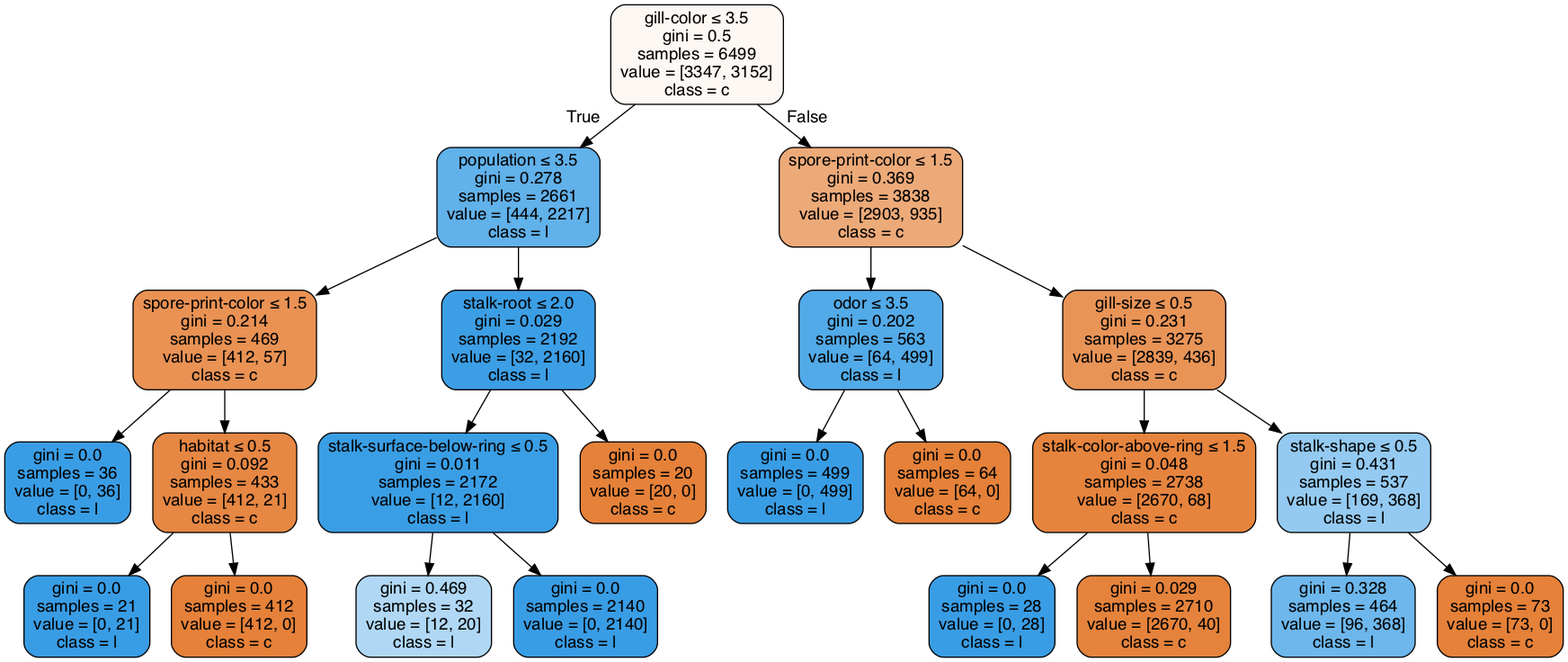
Before: Lab02/clf-max-depth-4.gv.png, a diagram exported from Graphviz (anhle199/Intro2AI-HCMUS). Its source is kept beside it as Lab02/clf-max-depth-4.gv.
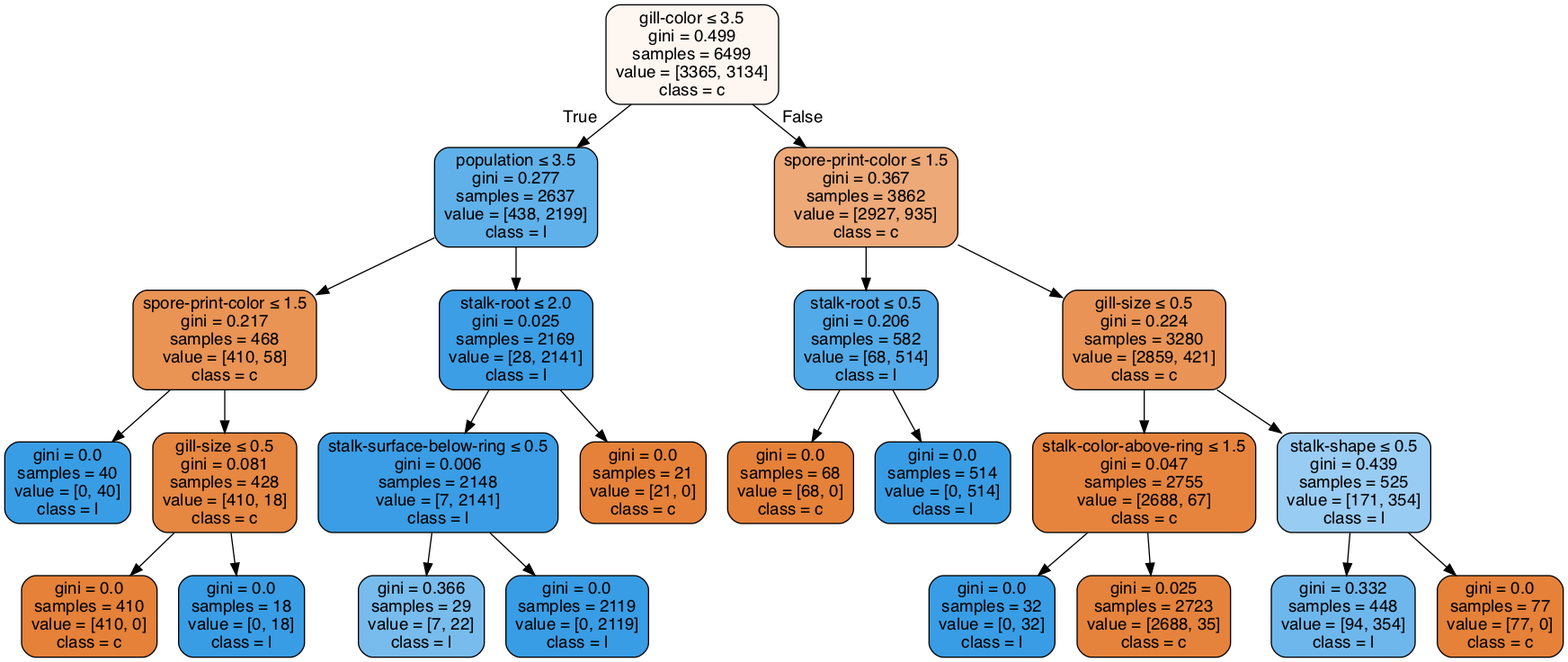
After the change.

Change to the diagram source:
```diff
@@ -1,49 +1,49 @@
 digraph Tree {
 node [shape=box, style="filled, rounded", color="black", fontname=helvetica] ;
 edge [fontname=helvetica] ;
-0 [label=<gill-color &le; 3.5<br/>gini = 0.5<br/>samples = 6499<br/>value = [3347, 3152]<br/>class = c>, fillcolor="#fdf8f3"] ;
-1 [label=<population &le; 3.5<br/>gini = 0.278<br/>samples = 2661<br/>value = [444, 2217]<br/>class = l>, fillcolor="#61b1ea"] ;
+0 [label=<gill-color &le; 3.5<br/>gini = 0.499<br/>samples = 6499<br/>value = [3365, 3134]<br/>class = c>, fillcolor="#fdf6f1"] ;
+1 [label=<population &le; 3.5<br/>gini = 0.277<br/>samples = 2637<br/>value = [438, 2199]<br/>class = l>, fillcolor="#60b1ea"] ;
 0 -> 1 [labeldistance=2.5, labelangle=45, headlabel="True"] ;
-2 [label=<spore-print-color &le; 1.5<br/>gini = 0.214<br/>samples = 469<br/>value = [412, 57]<br/>class = c>, fillcolor="#e99254"] ;
+2 [label=<spore-print-color &le; 1.5<br/>gini = 0.217<br/>samples = 468<br/>value = [410, 58]<br/>class = c>, fillcolor="#e99355"] ;
 1 -> 2 ;
-3 [label=<gini = 0.0<br/>samples = 36<br/>value = [0, 36]<br/>class = l>, fillcolor="#399de5"] ;
+3 [label=<gini = 0.0<br/>samples = 40<br/>value = [0, 40]<br/>class = l>, fillcolor="#399de5"] ;
 2 -> 3 ;
-4 [label=<habitat &le; 0.5<br/>gini = 0.092<br/>samples = 433<br/>value = [412, 21]<br/>class = c>, fillcolor="#e68743"] ;
+4 [label=<gill-size &le; 0.5<br/>gini = 0.081<br/>samples = 428<br/>value = [410, 18]<br/>class = c>, fillcolor="#e68742"] ;
 2 -> 4 ;
-5 [label=<gini = 0.0<br/>samples = 21<br/>value = [0, 21]<br/>class = l>, fillcolor="#399de5"] ;
+5 [label=<gini = 0.0<br/>samples = 410<br/>value = [410, 0]<br/>class = c>, fillcolor="#e58139"] ;
 4 -> 5 ;
-6 [label=<gini = 0.0<br/>samples = 412<br/>value = [412, 0]<br/>class = c>, fillcolor="#e58139"] ;
+6 [label=<gini = 0.0<br/>samples = 18<br/>value = [0, 18]<br/>class = l>, fillcolor="#399de5"] ;
 4 -> 6 ;
-7 [label=<stalk-root &le; 2.0<br/>gini = 0.029<br/>samples = 2192<br/>value = [32, 2160]<br/>class = l>, fillcolor="#3c9ee5"] ;
+7 [label=<stalk-root &le; 2.0<br/>gini = 0.025<br/>samples = 2169<br/>value = [28, 2141]<br/>class = l>, fillcolor="#3c9ee5"] ;
 1 -> 7 ;
-8 [label=<stalk-surface-below-ring &le; 0.5<br/>gini = 0.011<br/>samples = 2172<br/>value = [12, 2160]<br/>class = l>, fillcolor="#3a9ee5"] ;
+8 [label=<stalk-surface-below-ring &le; 0.5<br/>gini = 0.006<br/>samples = 2148<br/>value = [7, 2141]<br/>class = l>, fillcolor="#3a9de5"] ;
 7 -> 8 ;
-9 [label=<gini = 0.469<br/>samples = 32<br/>value = [12, 20]<br/>class = l>, fillcolor="#b0d8f5"] ;
+9 [label=<gini = 0.366<br/>samples = 29<br/>value = [7, 22]<br/>class = l>, fillcolor="#78bced"] ;
 8 -> 9 ;
-10 [label=<gini = 0.0<br/>samples = 2140<br/>value = [0, 2140]<br/>class = l>, fillcolor="#399de5"] ;
+10 [label=<gini = 0.0<br/>samples = 2119<br/>value = [0, 2119]<br/>class = l>, fillcolor="#399de5"] ;
 8 -> 10 ;
-11 [label=<gini = 0.0<br/>samples = 20<br/>value = [20, 0]<br/>class = c>, fillcolor="#e58139"] ;
+11 [label=<gini = 0.0<br/>samples = 21<br/>value = [21, 0]<br/>class = c>, fillcolor="#e58139"] ;
 7 -> 11 ;
-12 [label=<spore-print-color &le; 1.5<br/>gini = 0.369<br/>samples = 3838<br/>value = [2903, 935]<br/>class = c>, fillcolor="#edaa79"] ;
+12 [label=<spore-print-color &le; 1.5<br/>gini = 0.367<br/>samples = 3862<br/>value = [2927, 935]<br/>class = c>, fillcolor="#eda978"] ;
 0 -> 12 [labeldistance=2.5, labelangle=-45, headlabel="False"] ;
-13 [label=<odor &le; 3.5<br/>gini = 0.202<br/>samples = 563<br/>value = [64, 499]<br/>class = l>, fillcolor="#52aae8"] ;
+13 [label=<stalk-root &le; 0.5<br/>gini = 0.206<br/>samples = 582<br/>value = [68, 514]<br/>class = l>, fillcolor="#53aae8"] ;
 12 -> 13 ;
-14 [label=<gini = 0.0<br/>samples = 499<br/>value = [0, 499]<br/>class = l>, fillcolor="#399de5"] ;
+14 [label=<gini = 0.0<br/>samples = 68<br/>value = [68, 0]<br/>class = c>, fillcolor="#e58139"] ;
 13 -> 14 ;
-15 [label=<gini = 0.0<br/>samples = 64<br/>value = [64, 0]<br/>class = c>, fillcolor="#e58139"] ;
+15 [label=<gini = 0.0<br/>samples = 514<br/>value = [0, 514]<br/>class = l>, fillcolor="#399de5"] ;
 13 -> 15 ;
-16 [label=<gill-size &le; 0.5<br/>gini = 0.231<br/>samples = 3275<br/>value = [2839, 436]<br/>class = c>, fillcolor="#e99457"] ;
+16 [label=<gill-size &le; 0.5<br/>gini = 0.224<br/>samples = 3280<br/>value = [2859, 421]<br/>class = c>, fillcolor="#e99456"] ;
 12 -> 16 ;
-17 [label=<stalk-color-above-ring &le; 1.5<br/>gini = 0.048<br/>samples = 2738<br/>value = [2670, 68]<br/>class = c>, fillcolor="#e6843e"] ;
+17 [label=<stalk-color-above-ring &le; 1.5<br/>gini = 0.047<br/>samples = 2755<br/>value = [2688, 67]<br/>class = c>, fillcolor="#e6843e"] ;
 16 -> 17 ;
-18 [label=<gini = 0.0<br/>samples = 28<br/>value = [0, 28]<br/>class = l>, fillcolor="#399de5"] ;
+18 [label=<gini = 0.0<br/>samples = 32<br/>value = [0, 32]<br/>class = l>, fillcolor="#399de5"] ;
 17 -> 18 ;
-19 [label=<gini = 0.029<br/>samples = 2710<br/>value = [2670, 40]<br/>class = c>, fillcolor="#e5833c"] ;
+19 [label=<gini = 0.025<br/>samples = 2723<br/>value = [2688, 35]<br/>class = c>, fillcolor="#e5833c"] ;
 17 -> 19 ;
-20 [label=<stalk-shape &le; 0.5<br/>gini = 0.431<br/>samples = 537<br/>value = [169, 368]<br/>class = l>, fillcolor="#94caf1"] ;
+20 [label=<stalk-shape &le; 0.5<br/>gini = 0.439<br/>samples = 525<br/>value = [171, 354]<br/>class = l>, fillcolor="#99ccf2"] ;
 16 -> 20 ;
-21 [label=<gini = 0.328<br/>samples = 464<br/>value = [96, 368]<br/>class = l>, fillcolor="#6db7ec"] ;
+21 [label=<gini = 0.332<br/>samples = 448<br/>value = [94, 354]<br/>class = l>, fillcolor="#6eb7ec"] ;
 20 -> 21 ;
-22 [label=<gini = 0.0<br/>samples = 73<br/>value = [73, 0]<br/>class = c>, fillcolor="#e58139"] ;
+22 [label=<gini = 0.0<br/>samples = 77<br/>value = [77, 0]<br/>class = c>, fillcolor="#e58139"] ;
 20 -> 22 ;
 }
```
